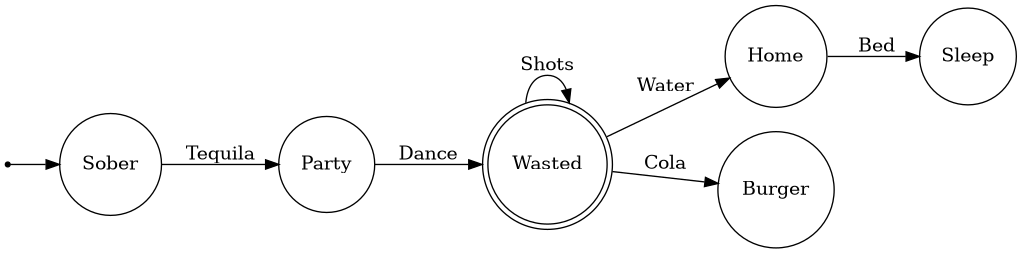
This is bin/graph.png from P4-Group2-Compiler/P4-State-Lang, a Graphviz export, as it was before one commit. Its source is kept beside it as bin/graph.gv.
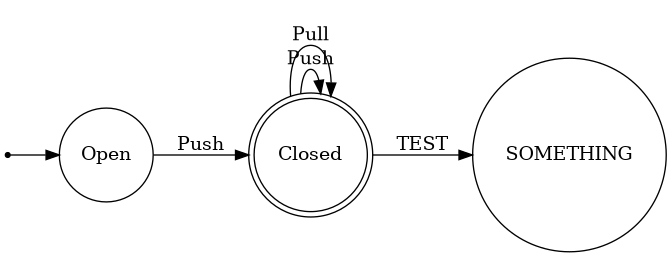
Above is the later version.

Diff of the diagram source:
```diff
@@ -1,13 +1,11 @@
-digraph Silke {
+digraph M {
  rankdir = LR;
  node [shape = circle;];
  null [shape = point;];
-null -> Sober;
-Sober -> Party [label="Tequila"];
-Party -> Wasted [label="Dance"];
-Home -> Sleep [label="Bed"];
-Wasted -> Wasted [label="Shots"];
-Wasted -> Home [label="Water"];
-Wasted -> Burger [label="Cola"];
-Wasted [shape = doublecircle;];
+null -> Open;
+Open -> Closed [label="Push"];
+Closed -> Closed [label="Push"];
+Closed -> Closed [label="Pull"];
+Closed -> SOMETHING [label="TEST"];
+Closed [shape = doublecircle;];
 }
```
